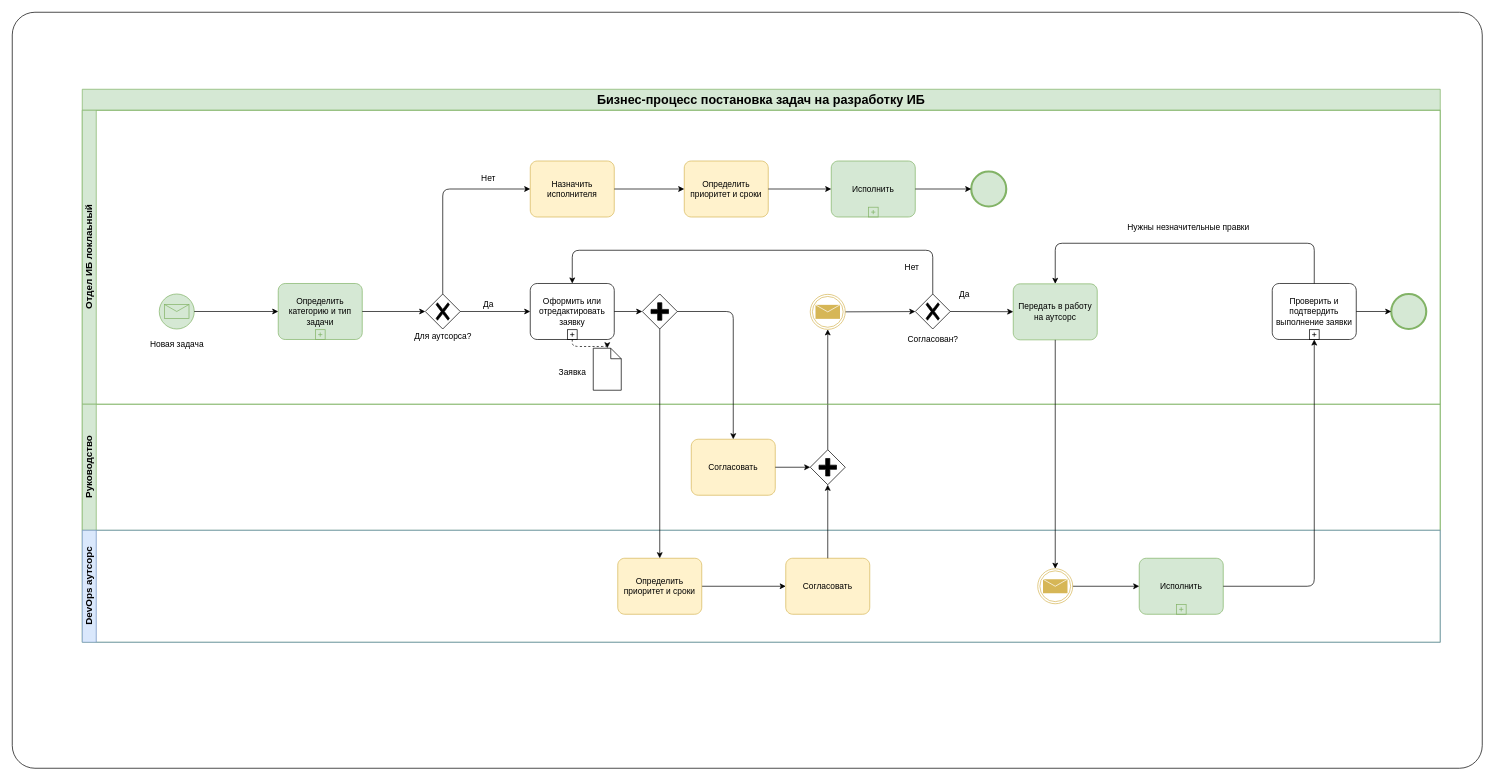
The draw.io diagram Рабочие примеры артефактов/BPMN бизнес-процессы поставновки задач в ИБ.drawio in Heritager-tech/Heritager-tech, before the edit. Source tidied: cells renumbered, new cells numbered last; positions are measured from the earlier drawing's top-left corner, leaving out a move shared by most shapes. Both pictures are drawn from the tidied source at 70%, with x=0, y=0 at pixel (12, 12).
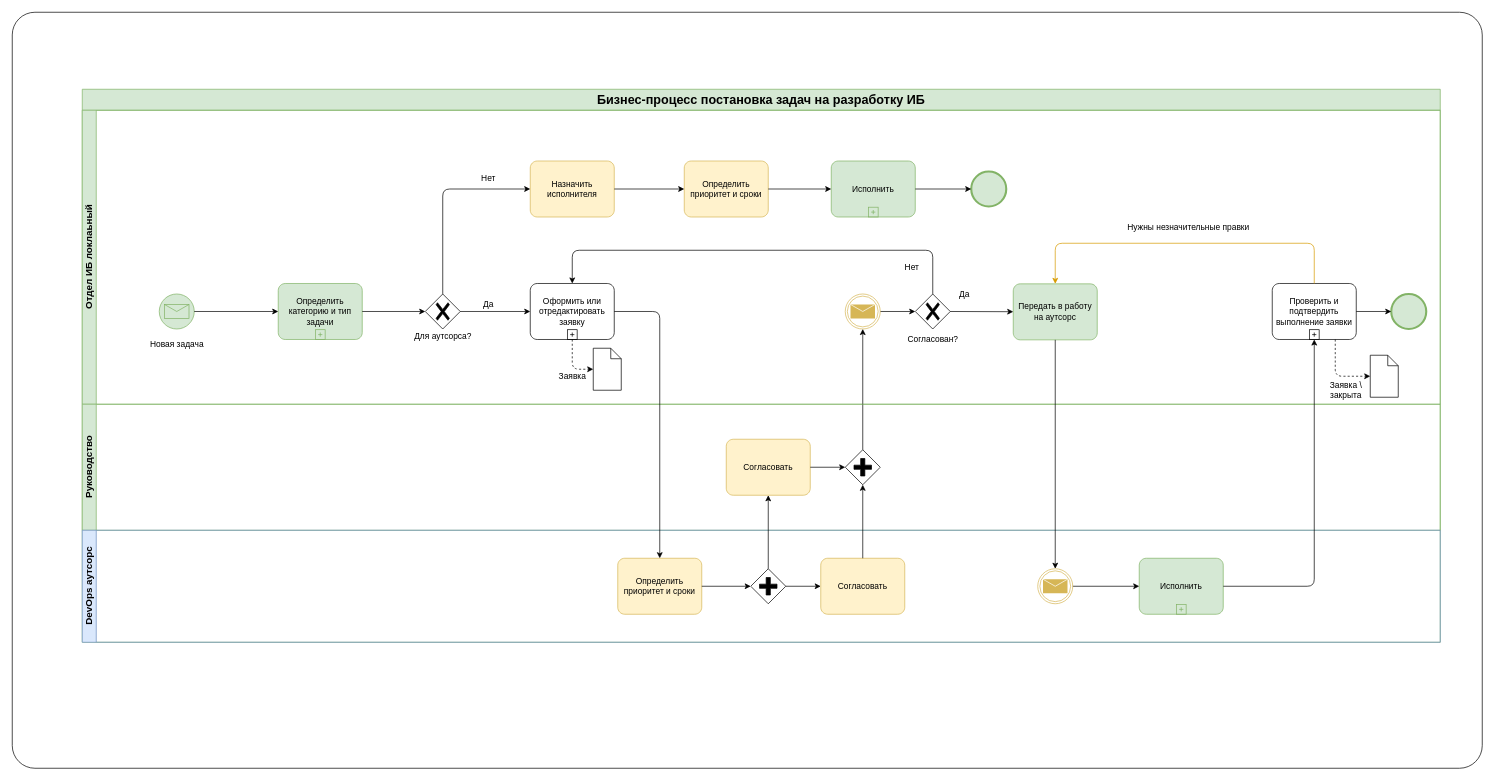
The same diagram, later.

The change refers to these unchanged cells:
```xml
<mxCell id="3" value="&lt;font style=&quot;font-size: 18px;&quot;&gt;Бизнес-процесс постановка задач на разработку ИБ&lt;/font&gt;" style="swimlane;html=1;horizontal=1;startSize=30;whiteSpace=wrap;fillStyle=auto;fillColor=#d5e8d4;strokeColor=#82b366;" parent="1" vertex="1">
  <mxGeometry x="100" y="110" width="1940" height="790" as="geometry" />
</mxCell>
<mxCell id="4" value="&lt;font style=&quot;font-size: 14px;&quot;&gt;Отдел ИБ локлаьный&lt;/font&gt;" style="swimlane;html=1;startSize=20;horizontal=0;fillColor=#d5e8d4;strokeColor=#82b366;" parent="3" vertex="1">
  <mxGeometry y="30" width="1940" height="420" as="geometry" />
</mxCell>
<mxCell id="17" value="Оформить или отредактировать заявку" style="points=[[0.25,0,0],[0.5,0,0],[0.75,0,0],[1,0.25,0],[1,0.5,0],[1,0.75,0],[0.75,1,0],[0.5,1,0],[0.25,1,0],[0,0.75,0],[0,0.5,0],[0,0.25,0]];shape=mxgraph.bpmn.task;whiteSpace=wrap;rectStyle=rounded;size=10;html=1;taskMarker=abstract;isLoopSub=1;" parent="4" vertex="1">
  <mxGeometry x="640" y="247.5" width="120" height="80" as="geometry" />
</mxCell>
<mxCell id="18" value="Передать в работу на аутсорс" style="points=[[0.25,0,0],[0.5,0,0],[0.75,0,0],[1,0.25,0],[1,0.5,0],[1,0.75,0],[0.75,1,0],[0.5,1,0],[0.25,1,0],[0,0.75,0],[0,0.5,0],[0,0.25,0]];shape=mxgraph.bpmn.task;whiteSpace=wrap;rectStyle=rounded;size=10;html=1;taskMarker=abstract;fillColor=#d5e8d4;strokeColor=#82b366;" parent="4" vertex="1">
  <mxGeometry x="1330" y="248" width="120" height="80" as="geometry" />
</mxCell>
<mxCell id="37" value="Проверить и подтвердить выполнение заявки" style="points=[[0.25,0,0],[0.5,0,0],[0.75,0,0],[1,0.25,0],[1,0.5,0],[1,0.75,0],[0.75,1,0],[0.5,1,0],[0.25,1,0],[0,0.75,0],[0,0.5,0],[0,0.25,0]];shape=mxgraph.bpmn.task;whiteSpace=wrap;rectStyle=rounded;size=10;html=1;taskMarker=abstract;isLoopSub=1;" parent="4" vertex="1">
  <mxGeometry x="1700" y="247.5" width="120" height="80" as="geometry" />
</mxCell>
<mxCell id="42" value="&lt;font style=&quot;font-size: 14px;&quot;&gt;Руководство&lt;/font&gt;" style="swimlane;html=1;startSize=20;horizontal=0;fillColor=#d5e8d4;strokeColor=#82b366;" parent="3" vertex="1">
  <mxGeometry y="450" width="1940" height="180" as="geometry" />
</mxCell>
<mxCell id="46" value="&lt;font style=&quot;font-size: 14px;&quot;&gt;DevOps аутсорс&lt;/font&gt;" style="swimlane;html=1;startSize=20;horizontal=0;fillColor=#dae8fc;strokeColor=#6c8ebf;" parent="3" vertex="1">
  <mxGeometry y="630" width="1940" height="160" as="geometry" />
</mxCell>
<mxCell id="48" value="Определить приоритет и сроки" style="points=[[0.25,0,0],[0.5,0,0],[0.75,0,0],[1,0.25,0],[1,0.5,0],[1,0.75,0],[0.75,1,0],[0.5,1,0],[0.25,1,0],[0,0.75,0],[0,0.5,0],[0,0.25,0]];shape=mxgraph.bpmn.task;whiteSpace=wrap;rectStyle=rounded;size=10;html=1;taskMarker=abstract;fillColor=#fff2cc;strokeColor=#d6b656;" parent="46" vertex="1">
  <mxGeometry x="765" y="40" width="120" height="80" as="geometry" />
</mxCell>
<mxCell id="58" style="shape=mxgraph.bpmn.data;labelPosition=center;verticalLabelPosition=bottom;align=center;verticalAlign=top;size=15;html=1;" parent="1" vertex="1">
  <mxGeometry x="830" y="480" width="40" height="60" as="geometry" />
</mxCell>
```

The edit, as a diff of the source:
```diff
@@
-    <mxCell id="25" style="points=[[0.25,0.25,0],[0.5,0,0],[0.75,0.25,0],[1,0.5,0],[0.75,0.75,0],[0.5,1,0],[0.25,0.75,0],[0,0.5,0]];shape=mxgraph.bpmn.gateway2;html=1;verticalLabelPosition=bottom;labelBackgroundColor=#ffffff;verticalAlign=top;align=center;perimeter=rhombusPerimeter;outlineConnect=0;outline=none;symbol=none;gwType=parallel;" parent="4" vertex="1">
-      <mxGeometry x="800" y="262.5" width="50" height="50" as="geometry" />
-    </mxCell>
-    <mxCell id="26" style="edgeStyle=none;html=1;exitX=1;exitY=0.5;exitDx=0;exitDy=0;exitPerimeter=0;entryX=0;entryY=0.5;entryDx=0;entryDy=0;entryPerimeter=0;" parent="4" edge="1" source="17" target="25">
-      <mxGeometry relative="1" as="geometry" />
-    </mxCell>
@@
     <mxCell id="29" style="points=[[0.145,0.145,0],[0.5,0,0],[0.855,0.145,0],[1,0.5,0],[0.855,0.855,0],[0.5,1,0],[0.145,0.855,0],[0,0.5,0]];shape=mxgraph.bpmn.event;html=1;verticalLabelPosition=bottom;labelBackgroundColor=#ffffff;verticalAlign=top;align=center;perimeter=ellipsePerimeter;outlineConnect=0;outline=throwing;symbol=message;fillColor=none;strokeColor=#d6b656;" parent="4" vertex="1">
-      <mxGeometry x="1040" y="263" width="50" height="50" as="geometry" />
+      <mxGeometry x="1090" y="262.5" width="50" height="50" as="geometry" />
     </mxCell>
@@
     <mxCell id="32" value="Заявка" style="text;html=1;align=center;verticalAlign=middle;strokeColor=none;fillColor=none;" parent="4" vertex="1">
-      <mxGeometry x="670" y="360" width="60" height="30" as="geometry" />
+      <mxGeometry x="670" y="365" width="60" height="30" as="geometry" />
     </mxCell>
@@
-    <mxCell id="39" style="edgeStyle=orthogonalEdgeStyle;html=1;exitX=0.5;exitY=0;exitDx=0;exitDy=0;exitPerimeter=0;entryX=0.5;entryY=0;entryDx=0;entryDy=0;entryPerimeter=0;" parent="4" edge="1" source="37" target="18">
+    <mxCell id="39" style="edgeStyle=orthogonalEdgeStyle;html=1;exitX=0.5;exitY=0;exitDx=0;exitDy=0;exitPerimeter=0;entryX=0.5;entryY=0;entryDx=0;entryDy=0;entryPerimeter=0;fillColor=#ffe6cc;strokeColor=#d79b00;" parent="4" edge="1" source="37" target="18">
       <mxGeometry relative="1" as="geometry">
         <Array as="points">
           <mxPoint x="1760" y="190" />
           <mxPoint x="1390" y="190" />
         </Array>
       </mxGeometry>
     </mxCell>
@@
+    <mxCell id="60" value="Заявка \&lt;div&gt;закрыта&lt;/div&gt;" style="text;html=1;align=center;verticalAlign=middle;strokeColor=none;fillColor=none;" parent="4" vertex="1">
+      <mxGeometry x="1770" y="380" width="70" height="40" as="geometry" />
+    </mxCell>
+    <mxCell id="61" style="shape=mxgraph.bpmn.data;labelPosition=center;verticalLabelPosition=bottom;align=center;verticalAlign=top;size=15;html=1;" parent="4" vertex="1">
+      <mxGeometry x="1840" y="350" width="40" height="60" as="geometry" />
+    </mxCell>
+    <mxCell id="62" style="edgeStyle=orthogonalEdgeStyle;html=1;entryX=0;entryY=0.5;entryDx=0;entryDy=0;entryPerimeter=0;dashed=1;exitX=0.75;exitY=1;exitDx=0;exitDy=0;exitPerimeter=0;" parent="4" edge="1" source="37" target="61">
+      <mxGeometry relative="1" as="geometry" />
+    </mxCell>
@@
     <mxCell id="43" value="Согласовать" style="points=[[0.25,0,0],[0.5,0,0],[0.75,0,0],[1,0.25,0],[1,0.5,0],[1,0.75,0],[0.75,1,0],[0.5,1,0],[0.25,1,0],[0,0.75,0],[0,0.5,0],[0,0.25,0]];shape=mxgraph.bpmn.task;whiteSpace=wrap;rectStyle=rounded;size=10;html=1;taskMarker=abstract;fillColor=#fff2cc;strokeColor=#d6b656;" parent="42" vertex="1">
-      <mxGeometry x="870" y="50" width="120" height="80" as="geometry" />
+      <mxGeometry x="920" y="50" width="120" height="80" as="geometry" />
     </mxCell>
@@
     <mxCell id="45" style="points=[[0.25,0.25,0],[0.5,0,0],[0.75,0.25,0],[1,0.5,0],[0.75,0.75,0],[0.5,1,0],[0.25,0.75,0],[0,0.5,0]];shape=mxgraph.bpmn.gateway2;html=1;verticalLabelPosition=bottom;labelBackgroundColor=#ffffff;verticalAlign=top;align=center;perimeter=rhombusPerimeter;outlineConnect=0;outline=none;symbol=none;gwType=parallel;" parent="42" vertex="1">
-      <mxGeometry x="1040" y="65" width="50" height="50" as="geometry" />
+      <mxGeometry x="1090" y="65" width="50" height="50" as="geometry" />
     </mxCell>
@@
-    <mxCell id="47" style="edgeStyle=none;html=1;exitX=1;exitY=0.5;exitDx=0;exitDy=0;exitPerimeter=0;" parent="46" edge="1" source="48" target="49">
-      <mxGeometry relative="1" as="geometry" />
-    </mxCell>
@@
     <mxCell id="49" value="Согласовать" style="points=[[0.25,0,0],[0.5,0,0],[0.75,0,0],[1,0.25,0],[1,0.5,0],[1,0.75,0],[0.75,1,0],[0.5,1,0],[0.25,1,0],[0,0.75,0],[0,0.5,0],[0,0.25,0]];shape=mxgraph.bpmn.task;whiteSpace=wrap;rectStyle=rounded;size=10;html=1;taskMarker=abstract;fillColor=#fff2cc;strokeColor=#d6b656;" parent="46" vertex="1">
-      <mxGeometry x="1005" y="40" width="120" height="80" as="geometry" />
+      <mxGeometry x="1055" y="40" width="120" height="80" as="geometry" />
     </mxCell>
@@
-    <mxCell id="53" style="edgeStyle=none;html=1;exitX=0.5;exitY=1;exitDx=0;exitDy=0;exitPerimeter=0;" parent="3" edge="1" source="25" target="48">
-      <mxGeometry relative="1" as="geometry" />
-    </mxCell>
-    <mxCell id="54" style="edgeStyle=orthogonalEdgeStyle;html=1;exitX=1;exitY=0.5;exitDx=0;exitDy=0;exitPerimeter=0;" parent="3" edge="1" source="25" target="43">
-      <mxGeometry relative="1" as="geometry" />
-    </mxCell>
+    <mxCell id="63" style="points=[[0.25,0.25,0],[0.5,0,0],[0.75,0.25,0],[1,0.5,0],[0.75,0.75,0],[0.5,1,0],[0.25,0.75,0],[0,0.5,0]];shape=mxgraph.bpmn.gateway2;html=1;verticalLabelPosition=bottom;labelBackgroundColor=#ffffff;verticalAlign=top;align=center;perimeter=rhombusPerimeter;outlineConnect=0;outline=none;symbol=none;gwType=parallel;" parent="46" vertex="1">
+      <mxGeometry x="955" y="55" width="50" height="50" as="geometry" />
+    </mxCell>
+    <mxCell id="64" style="edgeStyle=none;html=1;exitX=1;exitY=0.5;exitDx=0;exitDy=0;exitPerimeter=0;entryX=0;entryY=0.5;entryDx=0;entryDy=0;entryPerimeter=0;" parent="46" edge="1" source="48" target="63">
+      <mxGeometry relative="1" as="geometry" />
+    </mxCell>
+    <mxCell id="65" style="edgeStyle=none;html=1;exitX=1;exitY=0.5;exitDx=0;exitDy=0;exitPerimeter=0;" parent="46" edge="1" source="63" target="49">
+      <mxGeometry relative="1" as="geometry" />
+    </mxCell>
@@
+    <mxCell id="66" style="edgeStyle=none;html=1;exitX=0.5;exitY=0;exitDx=0;exitDy=0;exitPerimeter=0;" parent="3" edge="1" source="63" target="43">
+      <mxGeometry relative="1" as="geometry" />
+    </mxCell>
+    <mxCell id="67" style="edgeStyle=orthogonalEdgeStyle;html=1;exitX=1;exitY=0.5;exitDx=0;exitDy=0;exitPerimeter=0;entryX=0.5;entryY=0;entryDx=0;entryDy=0;entryPerimeter=0;" parent="3" edge="1" source="17" target="48">
+      <mxGeometry relative="1" as="geometry" />
+    </mxCell>
@@
-    <mxCell id="59" style="edgeStyle=orthogonalEdgeStyle;html=1;entryX=0.5;entryY=0;entryDx=0;entryDy=0;entryPerimeter=0;dashed=1;" parent="1" edge="1" source="17" target="58">
-      <mxGeometry relative="1" as="geometry" />
+    <mxCell id="59" style="edgeStyle=orthogonalEdgeStyle;html=1;entryX=0;entryY=0.5;entryDx=0;entryDy=0;entryPerimeter=0;dashed=1;" parent="1" edge="1" source="17" target="58">
+      <mxGeometry relative="1" as="geometry">
+        <Array as="points">
+          <mxPoint x="800" y="510" />
+        </Array>
+      </mxGeometry>
     </mxCell>
```
